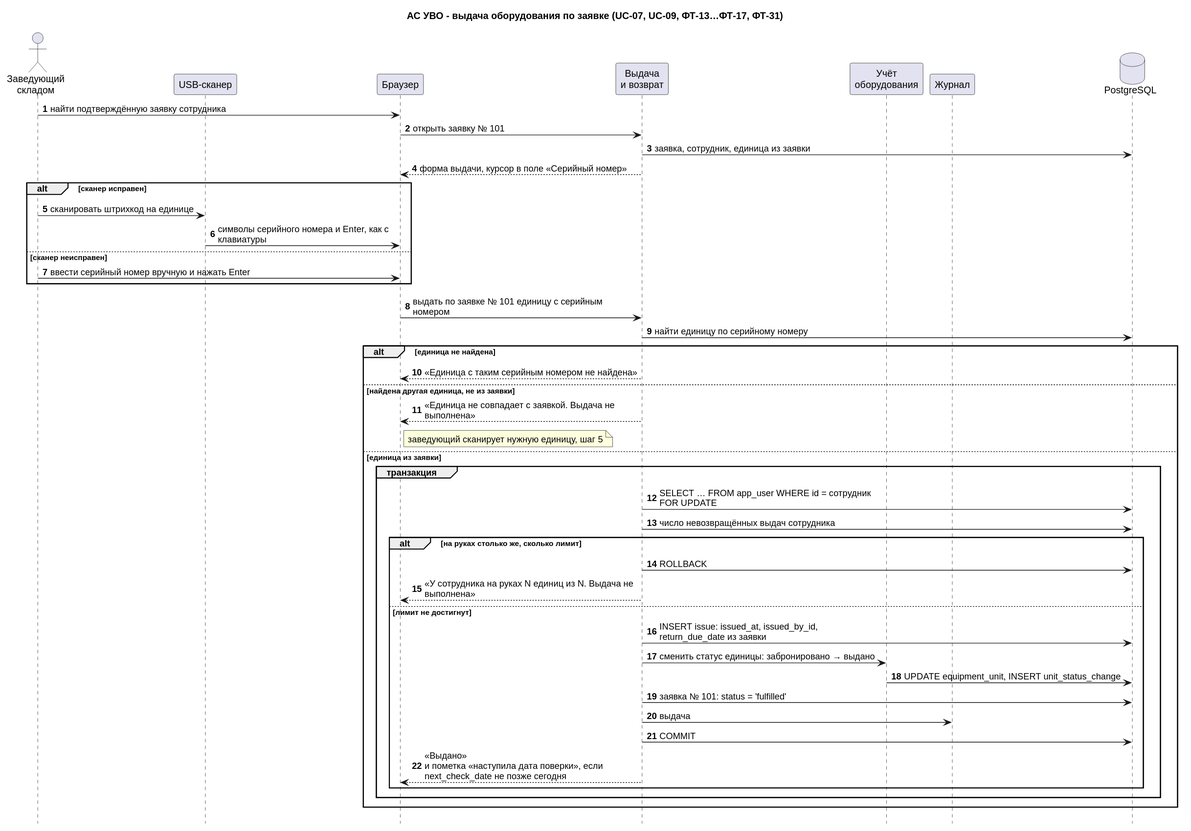
Before: Lab2/docs/diagrams/images/sequence-issue.svg, a diagram exported from PlantUML (Rezak159/project-management). Source of this version:
```plantuml
@startuml
title АС УВО - выдача оборудования по заявке (UC-07, UC-09, ФТ-13…ФТ-17, ФТ-31)
skinparam shadowing false
skinparam defaultFontName Arial
skinparam sequenceMessageAlign left
skinparam responseMessageBelowArrow true
skinparam maxMessageSize 320
hide footbox
autonumber

actor "Заведующий\nскладом" as WH
participant "USB-сканер" as SC
participant "Браузер" as B
participant "Выдача\nи возврат" as ISS
participant "Учёт\nоборудования" as EQ
participant "Журнал" as LOG
database "PostgreSQL" as DB

WH -> B : найти подтверждённую заявку сотрудника
B -> ISS : открыть заявку № 101
ISS -> DB : заявка, сотрудник, единица из заявки
ISS --> B : форма выдачи, курсор в поле «Серийный номер»

alt сканер исправен
  WH -> SC : сканировать штрихкод на единице
  SC -> B : символы серийного номера и Enter, как с клавиатуры
else сканер неисправен
  WH -> B : ввести серийный номер вручную и нажать Enter
end
B -> ISS : выдать по заявке № 101 единицу с серийным номером
ISS -> DB : найти единицу по серийному номеру

alt единица не найдена
  ISS --> B : «Единица с таким серийным номером не найдена»
else найдена другая единица, не из заявки
  ISS --> B : «Единица не совпадает с заявкой. Выдача не выполнена»
  note right of B : заведующий сканирует нужную единицу, шаг 5
else единица из заявки
  group транзакция
    ISS -> DB : SELECT … FROM app_user WHERE id = сотрудник FOR UPDATE
    ISS -> DB : число невозвращённых выдач сотрудника
    alt на руках столько же, сколько лимит
      ISS -> DB : ROLLBACK
      ISS --> B : «У сотрудника на руках N единиц из N. Выдача не выполнена»
    else лимит не достигнут
      ISS -> DB : INSERT issue: issued_at, issued_by_id, return_due_date из заявки
      ISS -> EQ : сменить статус единицы: забронировано → выдано
      EQ -> DB : UPDATE equipment_unit, INSERT unit_status_change
      ISS -> DB : заявка № 101: status = 'fulfilled'
      ISS -> LOG : выдача
      ISS -> DB : COMMIT
      ISS --> B : «Выдано»\nи пометка «наступила дата поверки», если next_check_date не позже сегодня
    end
  end
end
@enduml
```
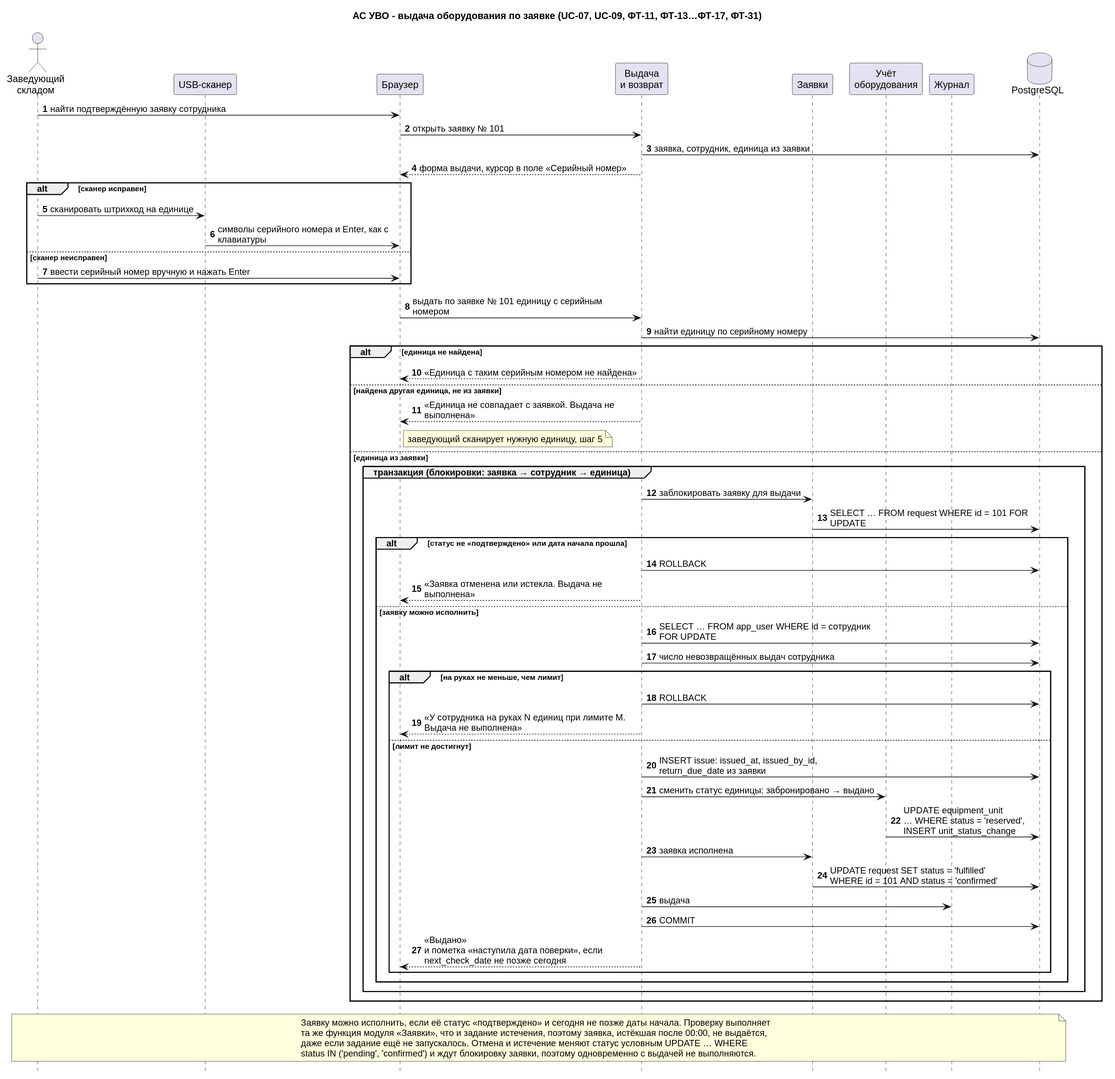
After the commit.

The edit, as a diff of the source:
```diff
@@ -1,5 +1,5 @@
 @startuml
-title АС УВО - выдача оборудования по заявке (UC-07, UC-09, ФТ-13…ФТ-17, ФТ-31)
+title АС УВО - выдача оборудования по заявке (UC-07, UC-09, ФТ-11, ФТ-13…ФТ-17, ФТ-31)
 skinparam shadowing false
 skinparam defaultFontName Arial
 skinparam sequenceMessageAlign left
@@ -12,6 +12,7 @@
 participant "USB-сканер" as SC
 participant "Браузер" as B
 participant "Выдача\nи возврат" as ISS
+participant "Заявки" as REQ
 participant "Учёт\nоборудования" as EQ
 participant "Журнал" as LOG
 database "PostgreSQL" as DB
@@ -36,21 +37,36 @@
   ISS --> B : «Единица не совпадает с заявкой. Выдача не выполнена»
   note right of B : заведующий сканирует нужную единицу, шаг 5
 else единица из заявки
-  group транзакция
-    ISS -> DB : SELECT … FROM app_user WHERE id = сотрудник FOR UPDATE
-    ISS -> DB : число невозвращённых выдач сотрудника
-    alt на руках столько же, сколько лимит
+  group транзакция (блокировки: заявка → сотрудник → единица)
+    ISS -> REQ : заблокировать заявку для выдачи
+    REQ -> DB : SELECT … FROM request WHERE id = 101 FOR UPDATE
+    alt статус не «подтверждено» или дата начала прошла
       ISS -> DB : ROLLBACK
-      ISS --> B : «У сотрудника на руках N единиц из N. Выдача не выполнена»
-    else лимит не достигнут
-      ISS -> DB : INSERT issue: issued_at, issued_by_id, return_due_date из заявки
-      ISS -> EQ : сменить статус единицы: забронировано → выдано
-      EQ -> DB : UPDATE equipment_unit, INSERT unit_status_change
-      ISS -> DB : заявка № 101: status = 'fulfilled'
-      ISS -> LOG : выдача
-      ISS -> DB : COMMIT
-      ISS --> B : «Выдано»\nи пометка «наступила дата поверки», если next_check_date не позже сегодня
+      ISS --> B : «Заявка отменена или истекла. Выдача не выполнена»
+    else заявку можно исполнить
+      ISS -> DB : SELECT … FROM app_user WHERE id = сотрудник FOR UPDATE
+      ISS -> DB : число невозвращённых выдач сотрудника
+      alt на руках не меньше, чем лимит
+        ISS -> DB : ROLLBACK
+        ISS --> B : «У сотрудника на руках N единиц при лимите M. Выдача не выполнена»
+      else лимит не достигнут
+        ISS -> DB : INSERT issue: issued_at, issued_by_id, return_due_date из заявки
+        ISS -> EQ : сменить статус единицы: забронировано → выдано
+        EQ -> DB : UPDATE equipment_unit\n… WHERE status = 'reserved',\nINSERT unit_status_change
+        ISS -> REQ : заявка исполнена
+        REQ -> DB : UPDATE request SET status = 'fulfilled'\nWHERE id = 101 AND status = 'confirmed'
+        ISS -> LOG : выдача
+        ISS -> DB : COMMIT
+        ISS --> B : «Выдано»\nи пометка «наступила дата поверки», если next_check_date не позже сегодня
+      end
     end
   end
 end
+
+note over WH, DB
+Заявку можно исполнить, если её статус «подтверждено» и сегодня не позже даты начала. Проверку выполняет
+та же функция модуля «Заявки», что и задание истечения, поэтому заявка, истёкшая после 00:00, не выдаётся,
+даже если задание ещё не запускалось. Отмена и истечение меняют статус условным UPDATE … WHERE
+status IN ('pending', 'confirmed') и ждут блокировку заявки, поэтому одновременно с выдачей не выполняются.
+end note
 @enduml
```
